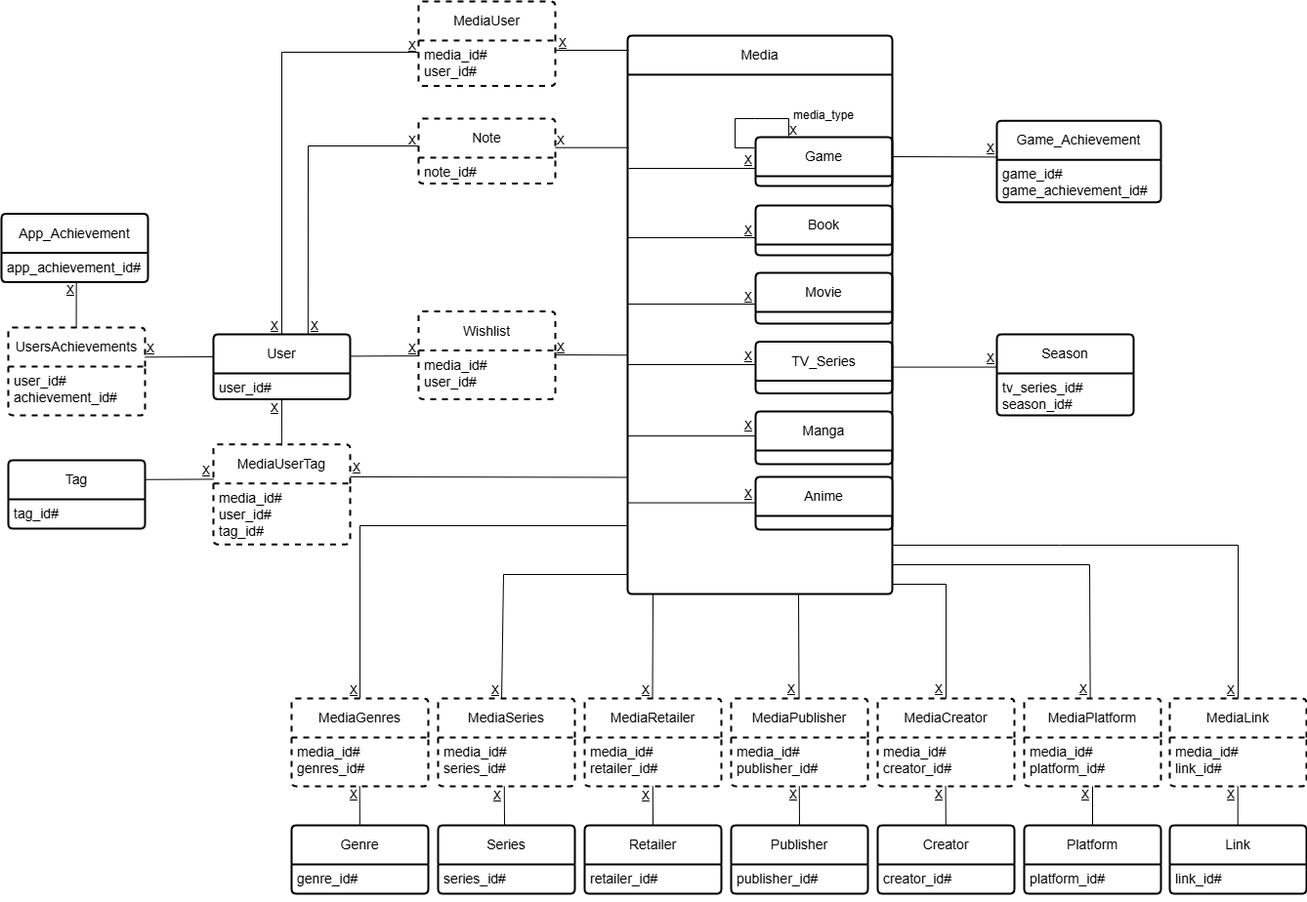
Above: images/diagram1.png in unibuc-cs/software-engineering-product-panic-driven-development (draw.io), before the change. Source tidied: cells renumbered, new cells last; positions are measured from the earlier drawing's top-left corner, leaving out a move shared by most shapes.
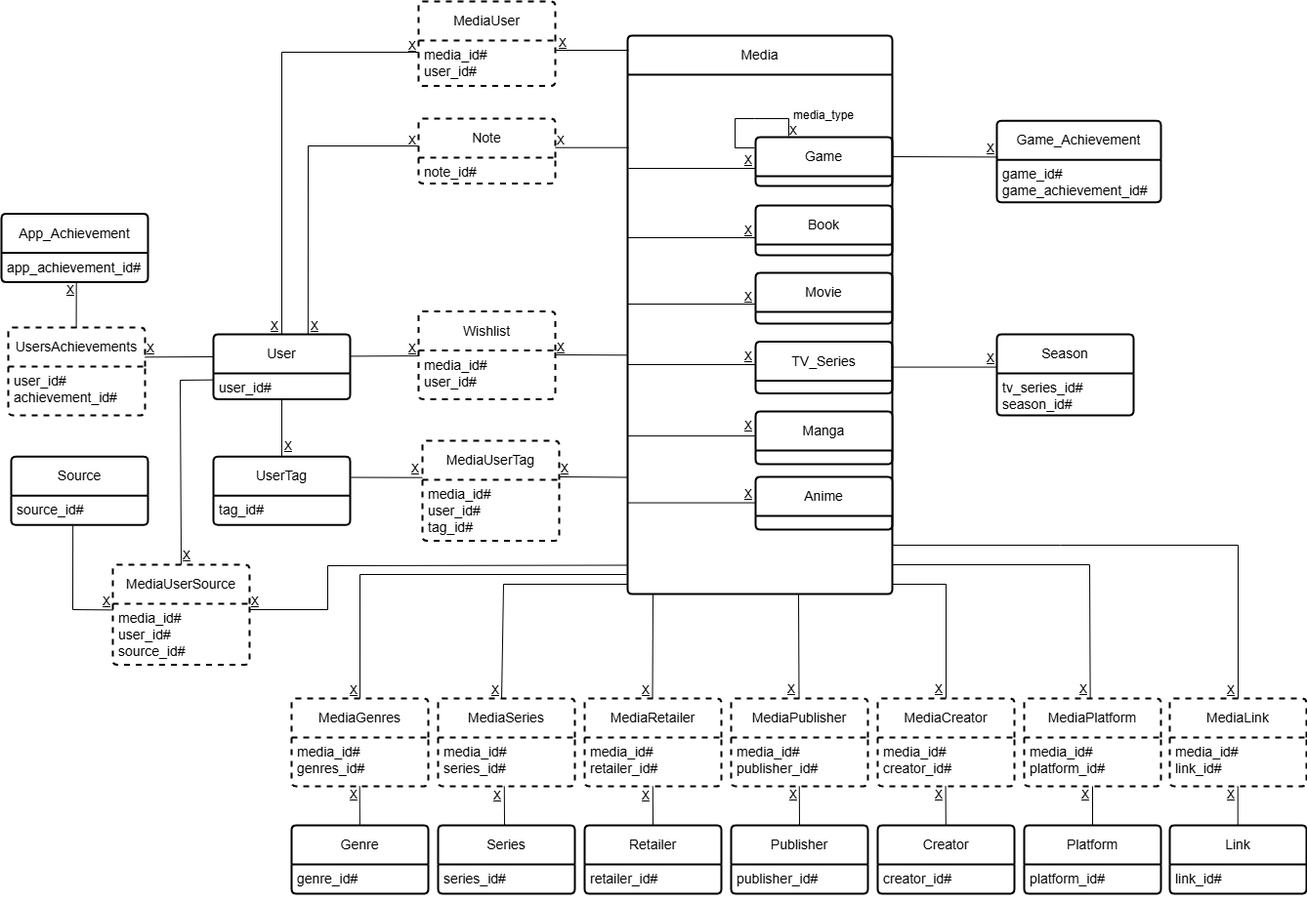
Later version of the same file.

Commit message:
Changed conceptual diagram

Change to the diagram source:
```diff
@@ -56,8 +56,8 @@
     <mxCell id="15" style="edgeStyle=orthogonalEdgeStyle;rounded=1;orthogonalLoop=1;jettySize=auto;html=1;exitX=0.5;exitY=1;exitDx=0;exitDy=0;" parent="13" edge="1" source="14" target="14">
       <mxGeometry relative="1" as="geometry" />
     </mxCell>
-    <mxCell id="16" value="Tag" style="swimlane;horizontal=1;startSize=40;rounded=1;fontSize=14;fontStyle=0;strokeWidth=2;shadow=0;dashed=0;align=center;arcSize=4;whiteSpace=wrap;html=1;fontFamily=Helvetica;" parent="1" vertex="1">
-      <mxGeometry x="7" y="470" width="140" height="70" as="geometry" />
+    <mxCell id="16" value="UserTag" style="swimlane;horizontal=1;startSize=40;rounded=1;fontSize=14;fontStyle=0;strokeWidth=2;shadow=0;dashed=0;align=center;arcSize=4;whiteSpace=wrap;html=1;fontFamily=Helvetica;" parent="1" vertex="1">
+      <mxGeometry x="217" y="466.2" width="140" height="70" as="geometry" />
     </mxCell>
     <mxCell id="17" value="&lt;span style=&quot;font-size: 14px;&quot;&gt;tag_id#&lt;/span&gt;" style="align=left;strokeColor=none;fillColor=none;spacingLeft=4;fontSize=12;verticalAlign=top;html=1;rounded=1;" parent="16" vertex="1">
       <mxGeometry y="40" width="140" height="30" as="geometry" />
@@ -155,26 +155,14 @@
     <mxCell id="48" style="edgeStyle=orthogonalEdgeStyle;rounded=1;orthogonalLoop=1;jettySize=auto;html=1;exitX=0.5;exitY=1;exitDx=0;exitDy=0;" parent="46" edge="1" source="47" target="47">
       <mxGeometry relative="1" as="geometry" />
     </mxCell>
-    <mxCell id="49" value="MediaUserTag" style="swimlane;horizontal=1;startSize=40;rounded=1;fontSize=14;fontStyle=0;strokeWidth=2;shadow=0;dashed=1;align=center;arcSize=4;whiteSpace=wrap;html=1;fontFamily=Helvetica;" parent="1" vertex="1">
-      <mxGeometry x="217" y="453.8" width="140" height="102.5" as="geometry" />
-    </mxCell>
-    <mxCell id="50" value="&lt;div&gt;&lt;span style=&quot;font-size: 14px;&quot;&gt;media_id#&lt;/span&gt;&lt;/div&gt;&lt;div&gt;&lt;span style=&quot;font-size: 14px;&quot;&gt;user_id#&lt;/span&gt;&lt;/div&gt;&lt;span style=&quot;font-size: 14px;&quot;&gt;tag_id#&lt;/span&gt;" style="align=left;strokeColor=none;fillColor=none;spacingLeft=4;fontSize=12;verticalAlign=top;html=1;rounded=1;" parent="49" vertex="1">
-      <mxGeometry y="40" width="140" height="62.5" as="geometry" />
-    </mxCell>
-    <mxCell id="51" style="edgeStyle=orthogonalEdgeStyle;rounded=1;orthogonalLoop=1;jettySize=auto;html=1;exitX=0.5;exitY=1;exitDx=0;exitDy=0;" parent="49" edge="1" source="50" target="50">
-      <mxGeometry relative="1" as="geometry" />
-    </mxCell>
     <mxCell id="52" style="endArrow=none;html=1;rounded=0;" parent="1" edge="1">
       <mxGeometry relative="1" as="geometry">
         <mxPoint x="567" y="149.7" as="sourcePoint" />
         <mxPoint x="642" y="149.7" as="targetPoint" />
       </mxGeometry>
     </mxCell>
-    <mxCell id="53" style="endArrow=none;html=1;rounded=0;" parent="1" edge="1">
-      <mxGeometry relative="1" as="geometry">
-        <mxPoint x="147" y="489.8" as="sourcePoint" />
-        <mxPoint x="217" y="489.4" as="targetPoint" />
-      </mxGeometry>
+    <mxCell id="53" style="endArrow=none;html=1;rounded=0;exitX=0.997;exitY=0.304;exitDx=0;exitDy=0;exitPerimeter=0;entryX=0.006;entryY=0.368;entryDx=0;entryDy=0;entryPerimeter=0;" parent="1" edge="1" source="16" target="49">
+      <mxGeometry relative="1" as="geometry" />
     </mxCell>
     <mxCell id="54" style="endArrow=none;html=1;rounded=0;" parent="1" edge="1">
       <mxGeometry relative="1" as="geometry">
@@ -281,7 +269,7 @@
       <mxGeometry x="411" y="128" width="20" height="30" as="geometry" />
     </mxCell>
     <mxCell id="78" value="&lt;u&gt;X&lt;/u&gt;" style="text;html=1;align=center;verticalAlign=middle;whiteSpace=wrap;rounded=0;" parent="1" vertex="1">
-      <mxGeometry x="200" y="466" width="20" height="30" as="geometry" />
+      <mxGeometry x="414" y="464" width="20" height="30" as="geometry" />
     </mxCell>
     <mxCell id="79" value="&lt;u&gt;X&lt;/u&gt;" style="text;html=1;align=center;verticalAlign=middle;whiteSpace=wrap;rounded=0;" parent="1" vertex="1">
       <mxGeometry x="411" y="341" width="20" height="30" as="geometry" />
@@ -457,12 +445,12 @@
     </mxCell>
     <mxCell id="122" style="endArrow=none;html=1;rounded=0;" parent="1" edge="1">
       <mxGeometry relative="1" as="geometry">
-        <mxPoint x="357" y="487" as="sourcePoint" />
+        <mxPoint x="571" y="487" as="sourcePoint" />
         <mxPoint x="641.5" y="487.5" as="targetPoint" />
       </mxGeometry>
     </mxCell>
     <mxCell id="123" value="&lt;u&gt;X&lt;/u&gt;" style="text;html=1;align=center;verticalAlign=middle;whiteSpace=wrap;rounded=0;" parent="1" vertex="1">
-      <mxGeometry x="354" y="463" width="20" height="30" as="geometry" />
+      <mxGeometry x="567" y="464" width="20" height="30" as="geometry" />
     </mxCell>
     <mxCell id="124" value="Manga" style="swimlane;horizontal=1;startSize=40;rounded=1;fontSize=14;fontStyle=0;strokeWidth=2;shadow=0;dashed=0;align=center;arcSize=4;whiteSpace=wrap;html=1;fontFamily=Helvetica;" parent="1" vertex="1">
       <mxGeometry x="772" y="420" width="140" height="54" as="geometry" />
@@ -533,9 +521,9 @@
     <mxCell id="143" style="endArrow=none;html=1;rounded=0;" parent="1" edge="1">
       <mxGeometry relative="1" as="geometry">
         <mxPoint x="512" y="714" as="sourcePoint" />
-        <mxPoint x="641" y="587" as="targetPoint" />
+        <mxPoint x="641" y="597" as="targetPoint" />
         <Array as="points">
-          <mxPoint x="514" y="587" />
+          <mxPoint x="514" y="597" />
         </Array>
       </mxGeometry>
     </mxCell>
@@ -569,23 +557,15 @@
     <mxCell id="151" style="endArrow=none;html=1;rounded=0;" parent="1" edge="1">
       <mxGeometry relative="1" as="geometry">
         <mxPoint x="367" y="714" as="sourcePoint" />
-        <mxPoint x="640" y="537" as="targetPoint" />
+        <mxPoint x="640" y="587" as="targetPoint" />
         <Array as="points">
-          <mxPoint x="367" y="537" />
+          <mxPoint x="367" y="587" />
         </Array>
       </mxGeometry>
     </mxCell>
     <mxCell id="152" value="&lt;u&gt;X&lt;/u&gt;" style="text;html=1;align=center;verticalAlign=middle;whiteSpace=wrap;rounded=0;" parent="1" vertex="1">
       <mxGeometry x="351" y="691" width="20" height="30" as="geometry" />
     </mxCell>
-    <mxCell id="153" style="endArrow=none;html=1;rounded=0;entryX=0.5;entryY=1;entryDx=0;entryDy=0;" parent="1" edge="1" target="20">
-      <mxGeometry relative="1" as="geometry">
-        <mxPoint x="286.9" y="455" as="sourcePoint" />
-      </mxGeometry>
-    </mxCell>
-    <mxCell id="154" value="&lt;u&gt;X&lt;/u&gt;" style="text;html=1;align=center;verticalAlign=middle;whiteSpace=wrap;rounded=0;" parent="1" vertex="1">
-      <mxGeometry x="270" y="401.5" width="20" height="30" as="geometry" />
-    </mxCell>
     <mxCell id="155" style="endArrow=none;html=1;rounded=0;exitX=0.5;exitY=0;exitDx=0;exitDy=0;" parent="1" edge="1" source="19">
       <mxGeometry relative="1" as="geometry">
         <mxPoint x="427" y="52" as="targetPoint" />
@@ -617,5 +597,77 @@
     <mxCell id="160" value="&lt;u&gt;X&lt;/u&gt;" style="text;html=1;align=center;verticalAlign=middle;whiteSpace=wrap;rounded=0;" parent="1" vertex="1">
       <mxGeometry x="61" y="281" width="20" height="30" as="geometry" />
     </mxCell>
+    <mxCell id="161" style="endArrow=none;html=1;rounded=0;" parent="1" edge="1" target="49">
+      <mxGeometry relative="1" as="geometry">
+        <mxPoint x="484" y="488" as="sourcePoint" />
+      </mxGeometry>
+    </mxCell>
+    <mxCell id="49" value="MediaUserTag" style="swimlane;horizontal=1;startSize=40;rounded=1;fontSize=14;fontStyle=0;strokeWidth=2;shadow=0;dashed=1;align=center;arcSize=4;whiteSpace=wrap;html=1;fontFamily=Helvetica;" parent="1" vertex="1">
+      <mxGeometry x="431" y="450" width="140" height="102.5" as="geometry" />
+    </mxCell>
+    <mxCell id="50" value="&lt;div&gt;&lt;span style=&quot;font-size: 14px;&quot;&gt;media_id#&lt;/span&gt;&lt;/div&gt;&lt;div&gt;&lt;span style=&quot;font-size: 14px;&quot;&gt;user_id#&lt;/span&gt;&lt;/div&gt;&lt;span style=&quot;font-size: 14px;&quot;&gt;tag_id#&lt;/span&gt;" style="align=left;strokeColor=none;fillColor=none;spacingLeft=4;fontSize=12;verticalAlign=top;html=1;rounded=1;" parent="49" vertex="1">
+      <mxGeometry y="40" width="140" height="62.5" as="geometry" />
+    </mxCell>
+    <mxCell id="51" style="edgeStyle=orthogonalEdgeStyle;rounded=1;orthogonalLoop=1;jettySize=auto;html=1;exitX=0.5;exitY=1;exitDx=0;exitDy=0;" parent="49" edge="1" source="50" target="50">
+      <mxGeometry relative="1" as="geometry" />
+    </mxCell>
+    <mxCell id="162" style="endArrow=none;html=1;rounded=0;entryX=0.5;entryY=1;entryDx=0;entryDy=0;exitX=0.5;exitY=0;exitDx=0;exitDy=0;" parent="1" edge="1" source="16" target="20">
+      <mxGeometry relative="1" as="geometry" />
+    </mxCell>
+    <mxCell id="163" value="&lt;u&gt;X&lt;/u&gt;" style="text;html=1;align=center;verticalAlign=middle;whiteSpace=wrap;rounded=0;" parent="1" vertex="1">
+      <mxGeometry x="284" y="441" width="20" height="30" as="geometry" />
+    </mxCell>
+    <mxCell id="164" value="Source" style="swimlane;horizontal=1;startSize=40;rounded=1;fontSize=14;fontStyle=0;strokeWidth=2;shadow=0;dashed=0;align=center;arcSize=4;whiteSpace=wrap;html=1;fontFamily=Helvetica;" parent="1" vertex="1">
+      <mxGeometry x="10" y="466.2" width="140" height="70" as="geometry" />
+    </mxCell>
+    <mxCell id="165" value="&lt;span style=&quot;font-size: 14px;&quot;&gt;source_id#&lt;/span&gt;" style="align=left;strokeColor=none;fillColor=none;spacingLeft=4;fontSize=12;verticalAlign=top;html=1;rounded=1;" parent="164" vertex="1">
+      <mxGeometry y="40" width="140" height="30" as="geometry" />
+    </mxCell>
+    <mxCell id="166" style="edgeStyle=orthogonalEdgeStyle;rounded=1;orthogonalLoop=1;jettySize=auto;html=1;exitX=0.5;exitY=1;exitDx=0;exitDy=0;" parent="164" edge="1" source="165" target="165">
+      <mxGeometry relative="1" as="geometry" />
+    </mxCell>
+    <mxCell id="167" value="MediaUserSource" style="swimlane;horizontal=1;startSize=40;rounded=1;fontSize=14;fontStyle=0;strokeWidth=2;shadow=0;dashed=1;align=center;arcSize=4;whiteSpace=wrap;html=1;fontFamily=Helvetica;" parent="1" vertex="1">
+      <mxGeometry x="114" y="577" width="140" height="102.5" as="geometry" />
+    </mxCell>
+    <mxCell id="168" value="&lt;div&gt;&lt;span style=&quot;font-size: 14px;&quot;&gt;media_id#&lt;/span&gt;&lt;/div&gt;&lt;div&gt;&lt;span style=&quot;font-size: 14px;&quot;&gt;user_id#&lt;/span&gt;&lt;/div&gt;&lt;span style=&quot;font-size: 14px;&quot;&gt;source_id#&lt;/span&gt;" style="align=left;strokeColor=none;fillColor=none;spacingLeft=4;fontSize=12;verticalAlign=top;html=1;rounded=1;" parent="167" vertex="1">
+      <mxGeometry y="40" width="140" height="62.5" as="geometry" />
+    </mxCell>
+    <mxCell id="169" style="edgeStyle=orthogonalEdgeStyle;rounded=1;orthogonalLoop=1;jettySize=auto;html=1;exitX=0.5;exitY=1;exitDx=0;exitDy=0;" parent="167" edge="1" source="168" target="168">
+      <mxGeometry relative="1" as="geometry" />
+    </mxCell>
+    <mxCell id="170" style="endArrow=none;html=1;rounded=0;" parent="1" edge="1">
+      <mxGeometry relative="1" as="geometry">
+        <mxPoint x="254" y="623" as="sourcePoint" />
+        <mxPoint x="641.5" y="577.5" as="targetPoint" />
+        <Array as="points">
+          <mxPoint x="334" y="623" />
+          <mxPoint x="334" y="578" />
+        </Array>
+      </mxGeometry>
+    </mxCell>
+    <mxCell id="171" style="endArrow=none;html=1;rounded=0;exitX=0.003;exitY=0.102;exitDx=0;exitDy=0;exitPerimeter=0;entryX=0.451;entryY=1.026;entryDx=0;entryDy=0;entryPerimeter=0;" parent="1" edge="1" source="168" target="165">
+      <mxGeometry relative="1" as="geometry">
+        <Array as="points">
+          <mxPoint x="73" y="623" />
+        </Array>
+      </mxGeometry>
+    </mxCell>
+    <mxCell id="172" value="&lt;u&gt;X&lt;/u&gt;" style="text;html=1;align=center;verticalAlign=middle;whiteSpace=wrap;rounded=0;" parent="1" vertex="1">
+      <mxGeometry x="98" y="600" width="20" height="30" as="geometry" />
+    </mxCell>
+    <mxCell id="173" value="&lt;u&gt;X&lt;/u&gt;" style="text;html=1;align=center;verticalAlign=middle;whiteSpace=wrap;rounded=0;" parent="1" vertex="1">
+      <mxGeometry x="250" y="600" width="20" height="30" as="geometry" />
+    </mxCell>
+    <mxCell id="174" style="endArrow=none;html=1;rounded=0;entryX=0;entryY=0.25;entryDx=0;entryDy=0;" parent="1" edge="1" target="20">
+      <mxGeometry relative="1" as="geometry">
+        <mxPoint x="184" y="577" as="sourcePoint" />
+        <Array as="points">
+          <mxPoint x="183" y="388" />
+        </Array>
+      </mxGeometry>
+    </mxCell>
+    <mxCell id="175" value="&lt;u&gt;X&lt;/u&gt;" style="text;html=1;align=center;verticalAlign=middle;whiteSpace=wrap;rounded=0;" parent="1" vertex="1">
+      <mxGeometry x="180" y="552.5" width="20" height="30" as="geometry" />
+    </mxCell>
   </root>
 </mxGraphModel>
```
